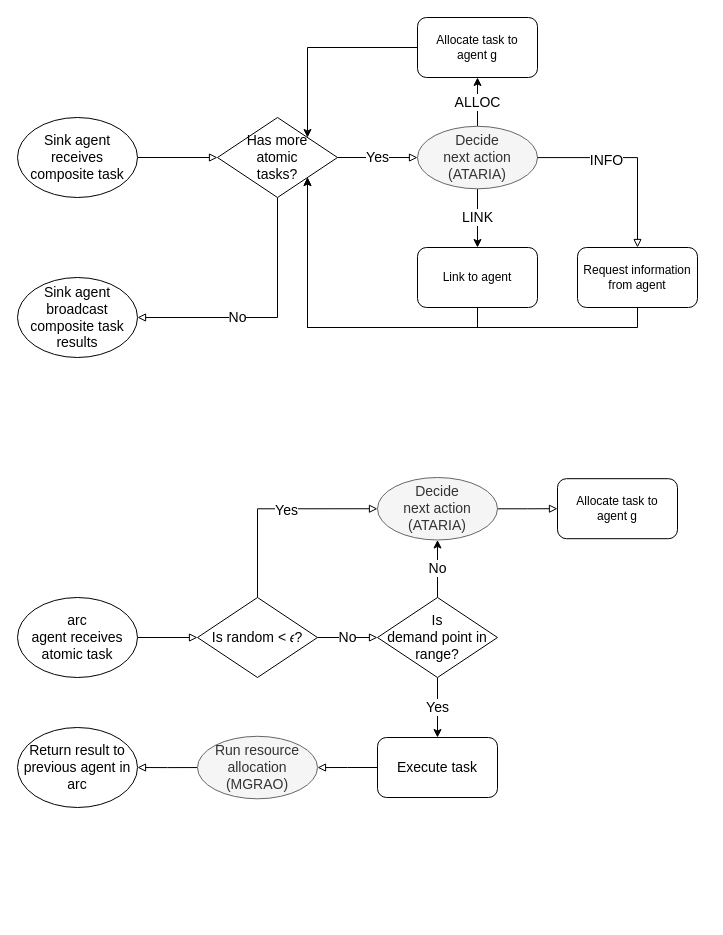
sevenmachines/els_energy_optimisation_and_adaptive_coverage_in_wsn_systems keeps this draw.io diagram as source/algorithm-flow.drawio. Above is the earlier version. Source tidied: cells renumbered, new cells numbered last; positions are measured from the earlier drawing's top-left corner, leaving out a move shared by most shapes. Both pictures are drawn from the tidied source at 100%, with x=0, y=0 at pixel (17, 17).
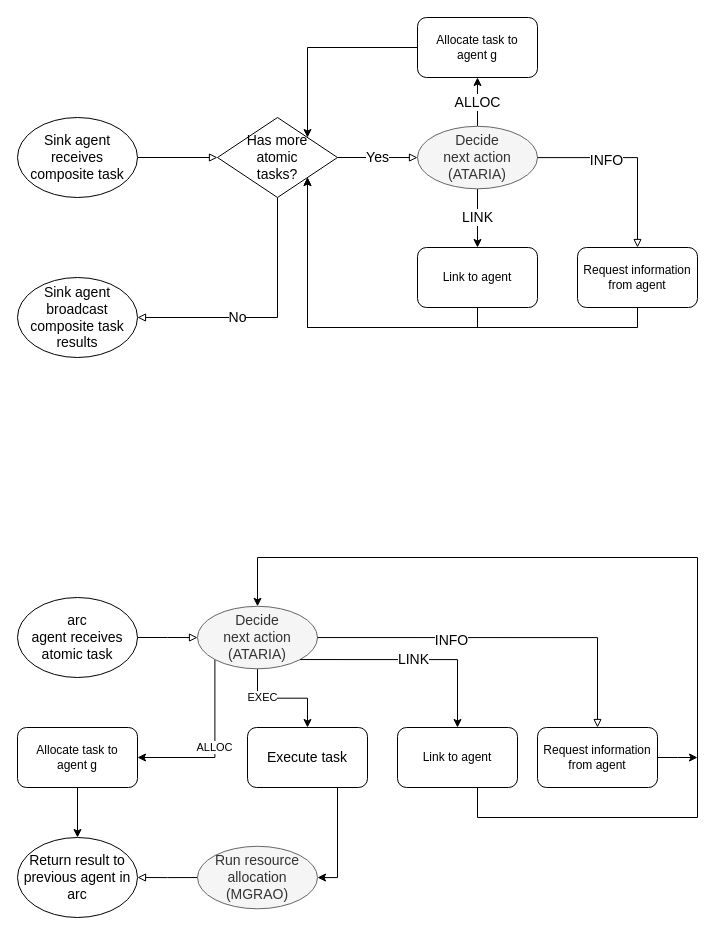
After the change.

Commit message (it also covers changes not shown here):
Fix algorithm diagrams

The change refers to these unchanged cells:
```xml
<mxCell id="12" value="arc&lt;br&gt;agent receives atomic task" style="ellipse;whiteSpace=wrap;html=1;fontSize=14;" parent="1" vertex="1">
  <mxGeometry y="580" width="120" height="80" as="geometry" />
</mxCell>
```

What changed in the source:
```diff
@@
-    <mxCell id="11" value="No" style="edgeStyle=orthogonalEdgeStyle;rounded=0;jettySize=auto;html=1;entryX=0;entryY=0.5;entryDx=0;entryDy=0;endArrow=block;endFill=0;fontSize=14;" parent="1" edge="1" source="34" target="20">
-      <mxGeometry relative="1" as="geometry" />
-    </mxCell>
@@
-    <mxCell id="13" style="edgeStyle=orthogonalEdgeStyle;rounded=0;jettySize=auto;html=1;entryX=0;entryY=0.5;entryDx=0;entryDy=0;endArrow=block;endFill=0;exitX=0.5;exitY=0;exitDx=0;exitDy=0;fontSize=14;" parent="1" edge="1" source="34" target="16">
-      <mxGeometry relative="1" as="geometry" />
-    </mxCell>
-    <mxCell id="14" value="Yes" style="edgeLabel;html=1;align=center;verticalAlign=middle;fontSize=14;" parent="13" vertex="1">
-      <mxGeometry x="0.12" y="-1" relative="1" as="geometry" />
-    </mxCell>
-    <mxCell id="15" style="edgeStyle=orthogonalEdgeStyle;rounded=0;jettySize=auto;html=1;entryX=0;entryY=0.5;entryDx=0;entryDy=0;endArrow=block;endFill=0;fontSize=14;" parent="1" edge="1" source="16" target="23">
-      <mxGeometry relative="1" as="geometry" />
+    <mxCell id="15" value="ALLOC" style="edgeStyle=orthogonalEdgeStyle;rounded=0;jettySize=auto;html=1;entryX=1;entryY=0.5;entryDx=0;entryDy=0;exitX=0;exitY=1;exitDx=0;exitDy=0;" parent="1" edge="1" source="16" target="23">
+      <mxGeometry relative="1" as="geometry">
+        <Array as="points">
+          <mxPoint x="197" y="740" />
+        </Array>
+      </mxGeometry>
     </mxCell>
+    <mxCell id="36" style="edgeStyle=orthogonalEdgeStyle;rounded=0;jettySize=auto;html=1;exitX=0.5;exitY=1;exitDx=0;exitDy=0;" parent="1" edge="1" source="16" target="22">
+      <mxGeometry relative="1" as="geometry" />
+    </mxCell>
+    <mxCell id="37" value="EXEC" style="edgeLabel;html=1;align=center;verticalAlign=middle;" parent="36" vertex="1">
+      <mxGeometry x="-0.37" y="1" relative="1" as="geometry" />
+    </mxCell>
     <mxCell id="16" value="Decide&lt;br&gt;next action (ATARIA)" style="ellipse;whiteSpace=wrap;html=1;fillColor=#f5f5f5;strokeColor=#666666;fontColor=#333333;fontStyle=0;fontSize=14;" parent="1" vertex="1">
-      <mxGeometry x="360" y="460" width="120" height="62.5" as="geometry" />
+      <mxGeometry x="180" y="588.8" width="120" height="62.5" as="geometry" />
     </mxCell>
@@
-    <mxCell id="18" value="Yes" style="edgeStyle=orthogonalEdgeStyle;rounded=0;jettySize=auto;html=1;exitX=0.5;exitY=1;exitDx=0;exitDy=0;entryX=0.5;entryY=0;entryDx=0;entryDy=0;fontSize=14;" parent="1" edge="1" source="20" target="22">
-      <mxGeometry relative="1" as="geometry" />
-    </mxCell>
-    <mxCell id="19" value="No" style="edgeStyle=orthogonalEdgeStyle;rounded=0;jettySize=auto;html=1;entryX=0.5;entryY=1;entryDx=0;entryDy=0;fontSize=14;" parent="1" edge="1" source="20" target="16">
-      <mxGeometry relative="1" as="geometry" />
-    </mxCell>
-    <mxCell id="20" value="Is&lt;br&gt;demand point in range?" style="rhombus;whiteSpace=wrap;html=1;fontSize=14;" parent="1" vertex="1">
-      <mxGeometry x="360" y="580" width="120" height="80" as="geometry" />
-    </mxCell>
     <mxCell id="21" value="Return result to previous agent in arc" style="ellipse;whiteSpace=wrap;html=1;fontSize=14;" parent="1" vertex="1">
-      <mxGeometry y="710" width="120" height="80" as="geometry" />
+      <mxGeometry y="820" width="120" height="80" as="geometry" />
     </mxCell>
+    <mxCell id="33" style="edgeStyle=orthogonalEdgeStyle;rounded=0;jettySize=auto;html=1;exitX=0.75;exitY=1;exitDx=0;exitDy=0;entryX=1;entryY=0.5;entryDx=0;entryDy=0;" parent="1" edge="1" source="22" target="32">
+      <mxGeometry relative="1" as="geometry" />
+    </mxCell>
     <mxCell id="22" value="Execute task" style="rounded=1;whiteSpace=wrap;html=1;fontSize=14;" parent="1" vertex="1">
-      <mxGeometry x="360" y="720" width="120" height="60" as="geometry" />
+      <mxGeometry x="230" y="710" width="120" height="60" as="geometry" />
     </mxCell>
+    <mxCell id="38" style="edgeStyle=orthogonalEdgeStyle;rounded=0;jettySize=auto;html=1;entryX=0.5;entryY=0;entryDx=0;entryDy=0;" parent="1" edge="1" source="23" target="21">
+      <mxGeometry relative="1" as="geometry" />
+    </mxCell>
     <mxCell id="23" value="Allocate task to&lt;br&gt;agent g" style="rounded=1;whiteSpace=wrap;html=1;" parent="1" vertex="1">
-      <mxGeometry x="540" y="461.2" width="120" height="60" as="geometry" />
+      <mxGeometry y="710" width="120" height="60" as="geometry" />
     </mxCell>
@@
     <mxCell id="32" value="Run resource allocation&lt;br style=&quot;font-size: 14px&quot;&gt;(MGRAO)" style="ellipse;whiteSpace=wrap;html=1;fillColor=#f5f5f5;strokeColor=#666666;fontColor=#333333;fontStyle=0;fontSize=14;" parent="1" vertex="1">
-      <mxGeometry x="180" y="718.8" width="120" height="62.5" as="geometry" />
+      <mxGeometry x="180" y="828.8" width="120" height="62.5" as="geometry" />
     </mxCell>
-    <mxCell id="33" style="edgeStyle=orthogonalEdgeStyle;rounded=0;jettySize=auto;html=1;exitX=0;exitY=0.5;exitDx=0;exitDy=0;endArrow=block;endFill=0;entryX=1;entryY=0.5;entryDx=0;entryDy=0;fontSize=14;" parent="1" edge="1" source="22" target="32">
-      <mxGeometry relative="1" as="geometry" />
-    </mxCell>
-    <mxCell id="34" value="Is random &amp;lt; 𝜖?" style="rhombus;whiteSpace=wrap;html=1;fontSize=14;" parent="1" vertex="1">
-      <mxGeometry x="180" y="580" width="120" height="80" as="geometry" />
-    </mxCell>
-    <mxCell id="35" style="edgeStyle=orthogonalEdgeStyle;rounded=0;jettySize=auto;html=1;entryX=0;entryY=0.5;entryDx=0;entryDy=0;endArrow=block;endFill=0;fontSize=14;exitX=1;exitY=0.5;exitDx=0;exitDy=0;" parent="1" edge="1" source="12" target="34">
+    <mxCell id="35" style="edgeStyle=orthogonalEdgeStyle;rounded=0;jettySize=auto;html=1;entryX=0;entryY=0.5;entryDx=0;entryDy=0;endArrow=block;endFill=0;fontSize=14;exitX=1;exitY=0.5;exitDx=0;exitDy=0;" parent="1" edge="1" source="12" target="16">
       <mxGeometry relative="1" as="geometry" />
     </mxCell>
+    <mxCell id="39" value="LINK" style="edgeStyle=orthogonalEdgeStyle;rounded=0;jettySize=auto;html=1;entryX=0.5;entryY=0;entryDx=0;entryDy=0;fontSize=14;exitX=1;exitY=1;exitDx=0;exitDy=0;" parent="1" edge="1" source="16" target="45">
+      <mxGeometry relative="1" as="geometry" />
+    </mxCell>
+    <mxCell id="40" style="edgeStyle=orthogonalEdgeStyle;rounded=0;jettySize=auto;html=1;" parent="1" edge="1" source="41">
+      <mxGeometry relative="1" as="geometry">
+        <mxPoint x="680" y="740" as="targetPoint" />
+      </mxGeometry>
+    </mxCell>
+    <mxCell id="41" value="Request information from agent" style="rounded=1;whiteSpace=wrap;html=1;" parent="1" vertex="1">
+      <mxGeometry x="520" y="710" width="120" height="60" as="geometry" />
+    </mxCell>
+    <mxCell id="42" style="edgeStyle=orthogonalEdgeStyle;rounded=0;jettySize=auto;html=1;entryX=0.5;entryY=0;entryDx=0;entryDy=0;endArrow=block;endFill=0;fontSize=14;exitX=1;exitY=0.5;exitDx=0;exitDy=0;" parent="1" edge="1" source="16" target="41">
+      <mxGeometry relative="1" as="geometry" />
+    </mxCell>
+    <mxCell id="43" value="INFO" style="edgeLabel;html=1;align=center;verticalAlign=middle;fontSize=14;" parent="42" vertex="1">
+      <mxGeometry x="-0.28" y="-2" relative="1" as="geometry">
+        <mxPoint x="1" as="offset" />
+      </mxGeometry>
+    </mxCell>
+    <mxCell id="44" style="edgeStyle=orthogonalEdgeStyle;rounded=0;jettySize=auto;html=1;exitX=0.5;exitY=1;exitDx=0;exitDy=0;entryX=0.5;entryY=0;entryDx=0;entryDy=0;" parent="1" edge="1" source="45" target="16">
+      <mxGeometry relative="1" as="geometry">
+        <Array as="points">
+          <mxPoint x="460" y="770" />
+          <mxPoint x="460" y="800" />
+          <mxPoint x="680" y="800" />
+          <mxPoint x="680" y="540" />
+          <mxPoint x="240" y="540" />
+        </Array>
+      </mxGeometry>
+    </mxCell>
+    <mxCell id="45" value="Link to agent" style="rounded=1;whiteSpace=wrap;html=1;" parent="1" vertex="1">
+      <mxGeometry x="380" y="710" width="120" height="60" as="geometry" />
+    </mxCell>
```
